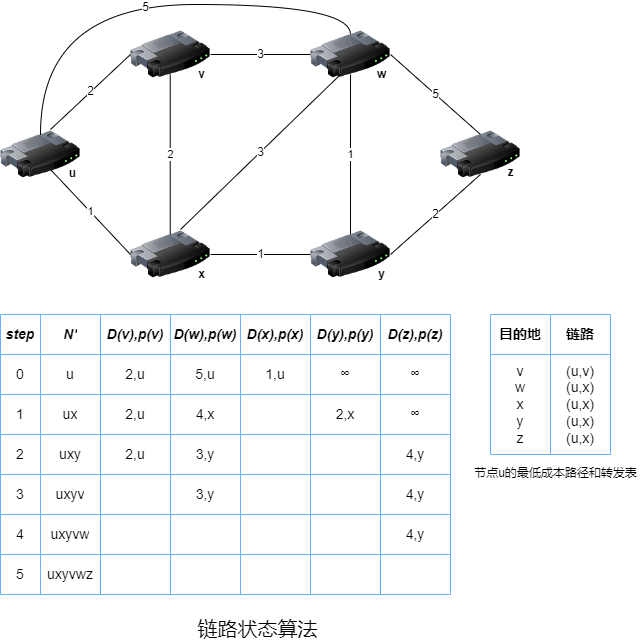
The draw.io diagram computer-networking/img/link_state_algorithm_in_operation.png in an-die-freude/computer-network-note, before a commit. Source tidied: cells renumbered, new cells last; positions are measured from the earlier drawing's top-left corner, leaving out a move shared by most shapes.
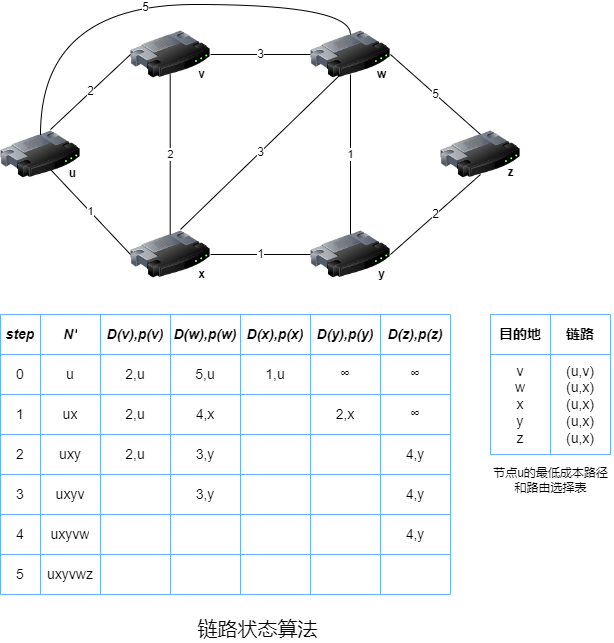
Later version of the same file.

Change to the diagram source:
```diff
@@ -291,8 +291,8 @@
     <mxCell id="88" value="&lt;font style=&quot;font-size: 14px;&quot;&gt;(u,v)&lt;br&gt;(u,x)&lt;br&gt;(u,x)&lt;br&gt;(u,x)&lt;br&gt;(u,x)&lt;br&gt;&lt;/font&gt;" style="shape=partialRectangle;html=1;whiteSpace=wrap;overflow=hidden;fillColor=none;top=0;left=0;bottom=0;right=0;" parent="86" vertex="1">
       <mxGeometry x="60" width="60" height="100" as="geometry" />
     </mxCell>
-    <mxCell id="89" value="节点u的最低成本路径和转发表" style="text;html=1;align=center;verticalAlign=middle;strokeColor=none;fillColor=none;" parent="1" vertex="1">
-      <mxGeometry x="468" y="460" width="173" height="18" as="geometry" />
+    <mxCell id="89" value="节点u的最低成本路径&lt;br&gt;和路由选择表" style="text;html=1;align=center;verticalAlign=middle;strokeColor=none;fillColor=none;" parent="1" vertex="1">
+      <mxGeometry x="487.5" y="460" width="125" height="32" as="geometry" />
     </mxCell>
   </root>
 </mxGraphModel>
```
